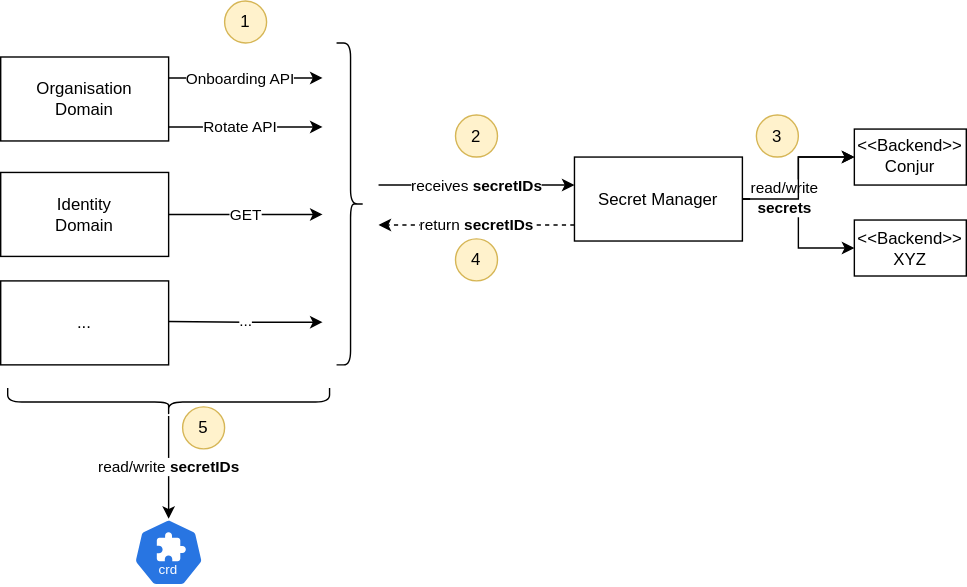
This is secret-manager/docs/about.drawio.svg from telekom/controlplane, a draw.io export, as it was before one commit. Source tidied: cells renumbered, new cells last; positions are measured from the earlier drawing's top-left corner, leaving out a move shared by most shapes. Its diagram source:
```xml
<mxGraphModel background="#ffffff">
  <root>
    <mxCell id="0" />
    <mxCell id="1" value="ct" parent="0" />
    <mxCell id="2" style="edgeStyle=orthogonalEdgeStyle;rounded=0;jettySize=auto;html=1;entryX=0;entryY=0.5;entryDx=0;entryDy=0;" parent="1" edge="1" source="8" target="11">
      <mxGeometry relative="1" as="geometry" />
    </mxCell>
    <mxCell id="3" style="group;fillColor=none;" parent="1" vertex="1">
      <mxGeometry x="490" y="65" width="180" height="164" as="geometry" />
    </mxCell>
    <mxCell id="4" value="&amp;lt;&amp;lt;Backend&amp;gt;&amp;gt;&lt;div&gt;XYZ&lt;/div&gt;" style="rounded=0;whiteSpace=wrap;html=1;fillColor=#FFFFFF;" parent="3" vertex="1">
      <mxGeometry x="120" y="91.5" width="80" height="40" as="geometry" />
    </mxCell>
    <mxCell id="5" value="3" style="ellipse;whiteSpace=wrap;html=1;fillColor=#fff2cc;strokeColor=#d6b656;" parent="3" vertex="1">
      <mxGeometry x="50" y="16.5" width="30" height="30" as="geometry" />
    </mxCell>
    <mxCell id="6" style="shape=curlyBracket;whiteSpace=wrap;html=1;rounded=1;flipH=1;labelPosition=right;verticalLabelPosition=middle;align=left;verticalAlign=middle;" parent="1" vertex="1">
      <mxGeometry x="240" y="30" width="20" height="230" as="geometry" />
    </mxCell>
    <mxCell id="7" value="return &lt;b&gt;secretIDs&lt;/b&gt;" style="edgeStyle=orthogonalEdgeStyle;rounded=0;orthogonalLoop=1;jettySize=auto;html=1;dashed=1;" parent="1" edge="1">
      <mxGeometry x="0.01" relative="1" as="geometry">
        <mxPoint x="410" y="160" as="sourcePoint" />
        <mxPoint x="270" y="160" as="targetPoint" />
      </mxGeometry>
    </mxCell>
    <mxCell id="8" value="Secret Manager" style="rounded=0;whiteSpace=wrap;html=1;fontFamily=Helvetica;fillColor=#FFFFFF;" parent="1" vertex="1">
      <mxGeometry x="410" y="111.5" width="120" height="60" as="geometry" />
    </mxCell>
    <mxCell id="9" value="read/write&lt;br&gt;&lt;b&gt;secrets&lt;/b&gt;" style="edgeStyle=orthogonalEdgeStyle;rounded=0;jettySize=auto;html=1;" parent="1" edge="1" source="8" target="4">
      <mxGeometry x="-0.48" relative="1" as="geometry" />
    </mxCell>
    <mxCell id="10" style="edgeStyle=orthogonalEdgeStyle;rounded=0;jettySize=auto;html=1;entryX=1;entryY=0.5;entryDx=0;entryDy=0;endArrow=none;startFill=1;startArrow=classic;" parent="1" edge="1" source="11" target="8">
      <mxGeometry relative="1" as="geometry" />
    </mxCell>
    <mxCell id="11" value="&amp;lt;&amp;lt;Backend&amp;gt;&amp;gt;&lt;div&gt;Conjur&lt;/div&gt;" style="rounded=0;whiteSpace=wrap;html=1;fillColor=#FFFFFF;" parent="1" vertex="1">
      <mxGeometry x="610" y="91.5" width="80" height="40" as="geometry" />
    </mxCell>
    <mxCell id="12" style="edgeStyle=orthogonalEdgeStyle;rounded=0;jettySize=auto;html=1;exitX=1;exitY=0.25;exitDx=0;exitDy=0;" parent="1" edge="1" source="14">
      <mxGeometry relative="1" as="geometry">
        <mxPoint x="230" y="55" as="targetPoint" />
      </mxGeometry>
    </mxCell>
    <mxCell id="13" value="Onboarding API" style="edgeLabel;html=1;align=center;verticalAlign=middle;" parent="12" vertex="1">
      <mxGeometry x="0.29" relative="1" as="geometry">
        <mxPoint x="-20" as="offset" />
      </mxGeometry>
    </mxCell>
    <mxCell id="14" value="Organisation&lt;br&gt;Domain" style="rounded=0;whiteSpace=wrap;html=1;fontFamily=Helvetica;fillColor=#FFFFFF;strokeColor=default;gradientColor=none;" parent="1" vertex="1">
      <mxGeometry y="40" width="120" height="60" as="geometry" />
    </mxCell>
    <mxCell id="15" value="GET" style="edgeStyle=orthogonalEdgeStyle;rounded=0;jettySize=auto;html=1;" parent="1" edge="1" source="16">
      <mxGeometry relative="1" as="geometry">
        <mxPoint x="230" y="152.5" as="targetPoint" />
      </mxGeometry>
    </mxCell>
    <mxCell id="16" value="Identity&lt;br&gt;Domain" style="rounded=0;whiteSpace=wrap;html=1;fontFamily=Helvetica;fillColor=#FFFFFF;" parent="1" vertex="1">
      <mxGeometry y="122.5" width="120" height="60" as="geometry" />
    </mxCell>
    <mxCell id="17" style="edgeStyle=orthogonalEdgeStyle;rounded=0;orthogonalLoop=1;jettySize=auto;html=1;exitX=1;exitY=0.25;exitDx=0;exitDy=0;" parent="1" edge="1">
      <mxGeometry relative="1" as="geometry">
        <mxPoint x="120" y="90" as="sourcePoint" />
        <mxPoint x="230" y="90" as="targetPoint" />
      </mxGeometry>
    </mxCell>
    <mxCell id="18" value="Rotate API" style="edgeLabel;html=1;align=center;verticalAlign=middle;" parent="17" vertex="1">
      <mxGeometry x="0.29" relative="1" as="geometry">
        <mxPoint x="-20" as="offset" />
      </mxGeometry>
    </mxCell>
    <mxCell id="19" value="receives &lt;b&gt;secretIDs&lt;/b&gt;" style="edgeStyle=orthogonalEdgeStyle;rounded=0;orthogonalLoop=1;jettySize=auto;html=1;startArrow=classic;startFill=1;endArrow=none;endFill=1;" parent="1" edge="1">
      <mxGeometry relative="1" as="geometry">
        <mxPoint x="410" y="131.5" as="sourcePoint" />
        <mxPoint x="270" y="131.5" as="targetPoint" />
      </mxGeometry>
    </mxCell>
    <mxCell id="20" value="..." style="rounded=0;whiteSpace=wrap;html=1;fontFamily=Helvetica;fillColor=#FFFFFF;" parent="1" vertex="1">
      <mxGeometry y="200" width="120" height="60" as="geometry" />
    </mxCell>
    <mxCell id="21" value="..." style="edgeStyle=orthogonalEdgeStyle;rounded=0;orthogonalLoop=1;jettySize=auto;html=1;" parent="1" edge="1">
      <mxGeometry relative="1" as="geometry">
        <mxPoint x="120" y="229" as="sourcePoint" />
        <mxPoint x="230" y="229.5" as="targetPoint" />
      </mxGeometry>
    </mxCell>
    <mxCell id="22" style="sketch=0;html=1;dashed=0;whitespace=wrap;verticalLabelPosition=bottom;verticalAlign=top;fillColor=#2875E2;strokeColor=#ffffff;points=[[0.005,0.63,0],[0.1,0.2,0],[0.9,0.2,0],[0.5,0,0],[0.995,0.63,0],[0.72,0.99,0],[0.5,1,0],[0.28,0.99,0]];shape=mxgraph.kubernetes.icon2;kubernetesLabel=1;prIcon=crd;" parent="1" vertex="1">
      <mxGeometry x="95" y="370" width="50" height="48" as="geometry" />
    </mxCell>
    <mxCell id="23" value="read/write &lt;b&gt;secretIDs&lt;/b&gt;" style="edgeStyle=orthogonalEdgeStyle;rounded=0;jettySize=auto;html=1;" parent="1" edge="1" source="24" target="22">
      <mxGeometry relative="1" as="geometry" />
    </mxCell>
    <mxCell id="24" style="shape=curlyBracket;whiteSpace=wrap;html=1;rounded=1;flipH=1;labelPosition=right;verticalLabelPosition=middle;align=left;verticalAlign=middle;rotation=90;" parent="1" vertex="1">
      <mxGeometry x="110" y="171.5" width="20" height="230" as="geometry" />
    </mxCell>
    <mxCell id="25" value="1" style="ellipse;whiteSpace=wrap;html=1;fillColor=#fff2cc;strokeColor=#d6b656;" parent="1" vertex="1">
      <mxGeometry x="160" width="30" height="30" as="geometry" />
    </mxCell>
    <mxCell id="26" value="5" style="ellipse;whiteSpace=wrap;html=1;fillColor=#fff2cc;strokeColor=#d6b656;" parent="1" vertex="1">
      <mxGeometry x="130" y="290" width="30" height="30" as="geometry" />
    </mxCell>
    <mxCell id="27" value="2" style="ellipse;whiteSpace=wrap;html=1;fillColor=#fff2cc;strokeColor=#d6b656;" parent="1" vertex="1">
      <mxGeometry x="325" y="81.5" width="30" height="30" as="geometry" />
    </mxCell>
    <mxCell id="28" value="4" style="ellipse;whiteSpace=wrap;html=1;fillColor=#fff2cc;strokeColor=#d6b656;" parent="1" vertex="1">
      <mxGeometry x="325" y="170" width="30" height="30" as="geometry" />
    </mxCell>
  </root>
</mxGraphModel>
```
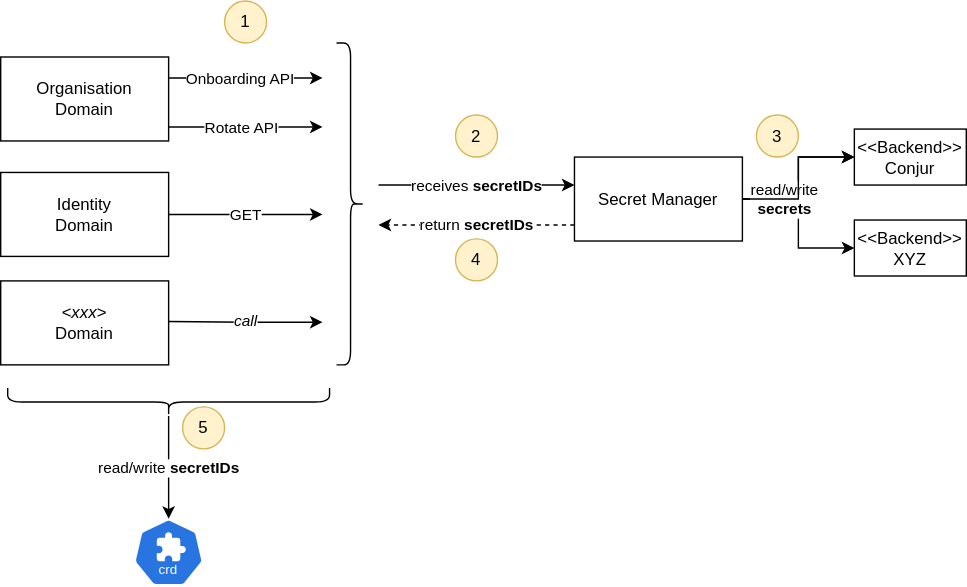
The same diagram one commit later.

Commit message:
docs(secret-manager): add xxx to pic instead of ...

Change to the diagram source:
```diff
@@ -73,10 +73,10 @@
         <mxPoint x="270" y="131.5" as="targetPoint" />
       </mxGeometry>
     </mxCell>
-    <mxCell id="20" value="..." style="rounded=0;whiteSpace=wrap;html=1;fontFamily=Helvetica;fillColor=#FFFFFF;" parent="1" vertex="1">
+    <mxCell id="20" value="&lt;i&gt;&amp;lt;xxx&amp;gt;&lt;/i&gt;&lt;br&gt;Domain" style="rounded=0;whiteSpace=wrap;html=1;fontFamily=Helvetica;fillColor=#FFFFFF;" parent="1" vertex="1">
       <mxGeometry y="200" width="120" height="60" as="geometry" />
     </mxCell>
-    <mxCell id="21" value="..." style="edgeStyle=orthogonalEdgeStyle;rounded=0;orthogonalLoop=1;jettySize=auto;html=1;" parent="1" edge="1">
+    <mxCell id="21" value="&lt;i&gt;call&lt;/i&gt;" style="edgeStyle=orthogonalEdgeStyle;rounded=0;orthogonalLoop=1;jettySize=auto;html=1;" parent="1" edge="1">
       <mxGeometry relative="1" as="geometry">
         <mxPoint x="120" y="229" as="sourcePoint" />
         <mxPoint x="230" y="229.5" as="targetPoint" />
```
